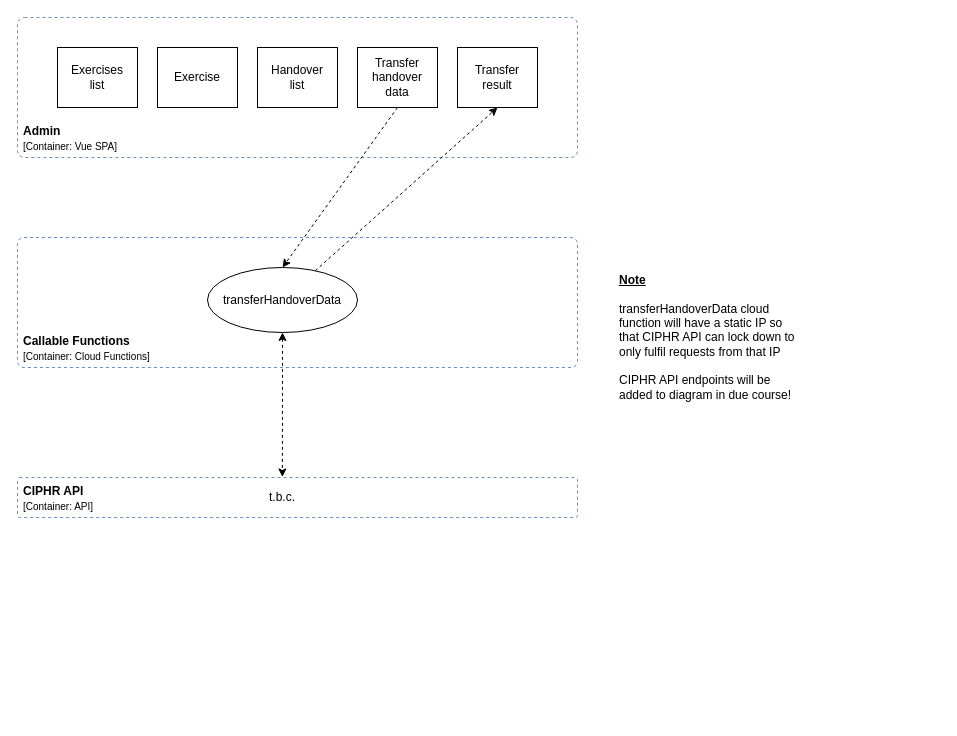
Earlier version of the draw.io diagram page "Component" (3 of 3) of docs/architecture/jac-digital-platform-architecture.drawio (jac-uk/documentation). Source tidied: cells renumbered, new cells numbered last; positions are measured from the earlier drawing's top-left corner, leaving out a move shared by most shapes. Both pictures are drawn from the tidied source at 100%, with x=0, y=0 at pixel (17, 17).
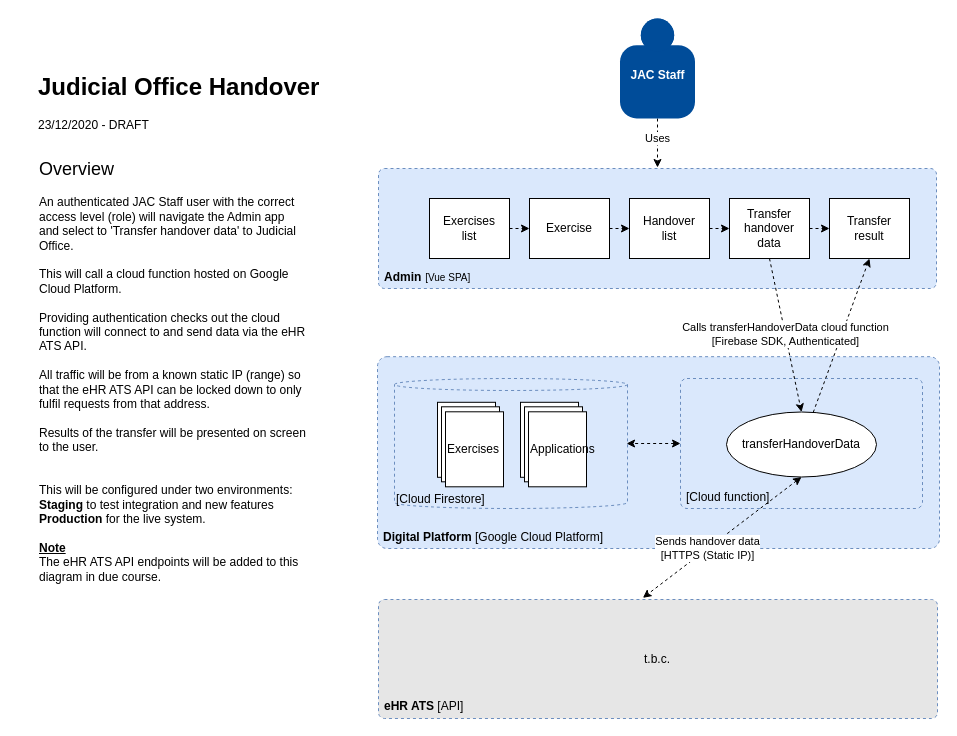
The same page after the edit.

What changed in the source:
```diff
@@
+    <mxCell id="16" value="&lt;div style=&quot;text-align: left&quot;&gt;&lt;b&gt;Digital Platform&amp;nbsp;&lt;/b&gt;[Google Cloud Platform]&lt;/div&gt;" style="rounded=1;whiteSpace=wrap;html=1;labelBackgroundColor=none;align=left;arcSize=5;verticalAlign=bottom;dashed=1;strokeWidth=1;perimeterSpacing=0;spacingLeft=4;spacingBottom=2;strokeColor=#6C8EBF;fillColor=#DAE8FC;" parent="1" vertex="1">
+      <mxGeometry x="360" y="339.2" width="562" height="191.8" as="geometry" />
+    </mxCell>
-    <mxCell id="2" value="&lt;div style=&quot;text-align: left ; font-size: 14px&quot;&gt;&lt;font size=&quot;1&quot;&gt;&lt;b style=&quot;font-size: 12px ; line-height: 100%&quot;&gt;Admin&lt;/b&gt;&lt;/font&gt;&lt;br&gt;&lt;/div&gt;&lt;div style=&quot;text-align: left&quot;&gt;&lt;font style=&quot;font-size: 10px&quot;&gt;[Container: Vue SPA]&lt;/font&gt;&lt;/div&gt;" style="rounded=1;whiteSpace=wrap;html=1;labelBackgroundColor=none;align=left;arcSize=5;verticalAlign=bottom;dashed=1;strokeWidth=1;perimeterSpacing=0;spacingLeft=4;spacingBottom=2;strokeColor=#6C8EBF;" parent="1" vertex="1">
-      <mxGeometry width="560" height="140" as="geometry" />
+    <mxCell id="2" value="&lt;div style=&quot;text-align: left&quot;&gt;&lt;font&gt;&lt;b style=&quot;font-size: 12px ; line-height: 100%&quot;&gt;Admin&lt;/b&gt;&lt;b style=&quot;line-height: 100% ; font-size: 14px&quot;&gt;&amp;nbsp;&lt;/b&gt;&lt;/font&gt;&lt;span style=&quot;font-size: 10px&quot;&gt;[Vue SPA]&lt;/span&gt;&lt;/div&gt;" style="rounded=1;whiteSpace=wrap;html=1;labelBackgroundColor=none;align=left;arcSize=5;verticalAlign=bottom;dashed=1;strokeWidth=1;perimeterSpacing=0;spacingLeft=4;spacingBottom=2;strokeColor=#6C8EBF;fillColor=#DAE8FC;" parent="1" vertex="1">
+      <mxGeometry x="361" y="151" width="558" height="120" as="geometry" />
     </mxCell>
-    <mxCell id="3" value="&lt;div style=&quot;text-align: left ; font-size: 14px&quot;&gt;&lt;font size=&quot;1&quot;&gt;&lt;b style=&quot;font-size: 12px ; line-height: 100%&quot;&gt;Callable Functions&lt;/b&gt;&lt;/font&gt;&lt;br&gt;&lt;/div&gt;&lt;div style=&quot;text-align: left&quot;&gt;&lt;font style=&quot;font-size: 10px&quot;&gt;[Container: Cloud Functions]&lt;/font&gt;&lt;/div&gt;" style="rounded=1;whiteSpace=wrap;html=1;labelBackgroundColor=none;align=left;arcSize=5;verticalAlign=bottom;points=[[0.25,0,0],[0.5,0,0],[0.75,0,0],[1,0.25,0],[1,0.5,0],[1,0.75,0],[0.75,1,0],[0.5,1,0],[0.25,1,0],[0,0.75,0],[0,0.5,0],[0,0.25,0]];dashed=1;strokeWidth=1;perimeterSpacing=0;spacingLeft=4;spacingBottom=2;strokeColor=#6C8EBF;" parent="1" vertex="1">
-      <mxGeometry y="220" width="560" height="130" as="geometry" />
-    </mxCell>
+    <mxCell id="17" style="edgeStyle=none;rounded=0;jettySize=auto;html=1;dashed=1;startArrow=none;startFill=0;" parent="1" edge="1" source="4" target="5">
+      <mxGeometry relative="1" as="geometry" />
+    </mxCell>
     <mxCell id="4" value="Exercises&lt;br&gt;list" style="rounded=0;whiteSpace=wrap;html=1;" parent="1" vertex="1">
-      <mxGeometry x="40" y="30" width="80" height="60" as="geometry" />
+      <mxGeometry x="412" y="181" width="80" height="60" as="geometry" />
     </mxCell>
+    <mxCell id="18" style="edgeStyle=none;rounded=0;jettySize=auto;html=1;dashed=1;startArrow=none;startFill=0;" parent="1" edge="1" source="5" target="6">
+      <mxGeometry relative="1" as="geometry" />
+    </mxCell>
     <mxCell id="5" value="Exercise" style="rounded=0;whiteSpace=wrap;html=1;" parent="1" vertex="1">
-      <mxGeometry x="140" y="30" width="80" height="60" as="geometry" />
+      <mxGeometry x="512" y="181" width="80" height="60" as="geometry" />
     </mxCell>
+    <mxCell id="19" style="edgeStyle=none;rounded=0;jettySize=auto;html=1;dashed=1;startArrow=none;startFill=0;" parent="1" edge="1" source="6" target="11">
+      <mxGeometry relative="1" as="geometry" />
+    </mxCell>
     <mxCell id="6" value="Handover&lt;br&gt;list" style="rounded=0;whiteSpace=wrap;html=1;" parent="1" vertex="1">
-      <mxGeometry x="240" y="30" width="80" height="60" as="geometry" />
+      <mxGeometry x="612" y="181" width="80" height="60" as="geometry" />
     </mxCell>
-    <mxCell id="7" style="edgeStyle=none;rounded=0;jettySize=auto;html=1;entryX=0.5;entryY=1;entryDx=0;entryDy=0;dashed=1;" parent="1" edge="1" source="9" target="12">
-      <mxGeometry relative="1" as="geometry" />
-    </mxCell>
-    <mxCell id="8" style="edgeStyle=none;rounded=0;jettySize=auto;html=1;entryX=0.473;entryY=-0.014;entryDx=0;entryDy=0;entryPerimeter=0;dashed=1;startArrow=classic;startFill=1;" parent="1" edge="1" source="9" target="13">
-      <mxGeometry relative="1" as="geometry" />
-    </mxCell>
-    <mxCell id="9" value="transferHandoverData" style="ellipse;whiteSpace=wrap;html=1;" parent="1" vertex="1">
-      <mxGeometry x="190" y="250" width="150" height="65" as="geometry" />
-    </mxCell>
-    <mxCell id="10" style="rounded=0;jettySize=auto;html=1;dashed=1;exitX=0.5;exitY=1;exitDx=0;exitDy=0;entryX=0.5;entryY=0;entryDx=0;entryDy=0;" parent="1" edge="1" source="11" target="9">
-      <mxGeometry relative="1" as="geometry" />
-    </mxCell>
+    <mxCell id="20" style="edgeStyle=none;rounded=0;jettySize=auto;html=1;dashed=1;startArrow=none;startFill=0;" parent="1" edge="1" source="11" target="12">
+      <mxGeometry relative="1" as="geometry" />
+    </mxCell>
     <mxCell id="11" value="Transfer handover&lt;br&gt;data" style="rounded=0;whiteSpace=wrap;html=1;" parent="1" vertex="1">
-      <mxGeometry x="340" y="30" width="80" height="60" as="geometry" />
+      <mxGeometry x="712" y="181" width="80" height="60" as="geometry" />
     </mxCell>
     <mxCell id="12" value="Transfer&lt;br&gt;result" style="rounded=0;whiteSpace=wrap;html=1;" parent="1" vertex="1">
-      <mxGeometry x="440" y="30" width="80" height="60" as="geometry" />
+      <mxGeometry x="812" y="181" width="80" height="60" as="geometry" />
     </mxCell>
-    <mxCell id="13" value="&lt;div style=&quot;text-align: left ; font-size: 14px&quot;&gt;&lt;font size=&quot;1&quot;&gt;&lt;b style=&quot;font-size: 12px ; line-height: 100%&quot;&gt;CIPHR API&lt;/b&gt;&lt;/font&gt;&lt;br&gt;&lt;/div&gt;&lt;div style=&quot;text-align: left&quot;&gt;&lt;font style=&quot;font-size: 10px&quot;&gt;[Container: API]&lt;/font&gt;&lt;/div&gt;" style="rounded=1;whiteSpace=wrap;html=1;labelBackgroundColor=none;align=left;arcSize=5;verticalAlign=bottom;points=[[0.25,0,0],[0.5,0,0],[0.75,0,0],[1,0.25,0],[1,0.5,0],[1,0.75,0],[0.75,1,0],[0.5,1,0],[0.25,1,0],[0,0.75,0],[0,0.5,0],[0,0.25,0]];dashed=1;strokeWidth=1;perimeterSpacing=0;spacingLeft=4;spacingBottom=2;strokeColor=#6C8EBF;" parent="1" vertex="1">
-      <mxGeometry y="460" width="560" height="40" as="geometry" />
+    <mxCell id="13" value="&lt;div style=&quot;text-align: left ; font-size: 14px&quot;&gt;&lt;font size=&quot;1&quot;&gt;&lt;b style=&quot;font-size: 12px ; line-height: 100%&quot;&gt;eHR ATS&lt;/b&gt;&lt;span style=&quot;font-size: 12px ; line-height: 100%&quot;&gt; [API]&lt;/span&gt;&lt;/font&gt;&lt;/div&gt;" style="rounded=1;whiteSpace=wrap;html=1;labelBackgroundColor=none;align=left;arcSize=5;verticalAlign=bottom;points=[[0.25,0,0],[0.5,0,0],[0.75,0,0],[1,0.25,0],[1,0.5,0],[1,0.75,0],[0.75,1,0],[0.5,1,0],[0.25,1,0],[0,0.75,0],[0,0.5,0],[0,0.25,0]];dashed=1;strokeWidth=1;perimeterSpacing=0;spacingLeft=4;spacingBottom=2;strokeColor=#6C8EBF;fillColor=#E6E6E6;" parent="1" vertex="1">
+      <mxGeometry x="361" y="582" width="559" height="119" as="geometry" />
     </mxCell>
     <mxCell id="14" value="t.b.c." style="text;html=1;strokeColor=none;fillColor=none;align=center;verticalAlign=middle;whiteSpace=wrap;rounded=0;" parent="1" vertex="1">
-      <mxGeometry x="245" y="470" width="40" height="20" as="geometry" />
+      <mxGeometry x="620" y="631.5" width="40" height="20" as="geometry" />
     </mxCell>
-    <mxCell id="15" value="&lt;b&gt;&lt;u&gt;Note&lt;/u&gt;&lt;/b&gt;&lt;br&gt;&lt;br&gt;&lt;div&gt;transferHandoverData cloud function will have a static IP so that CIPHR API can lock down to only fulfil requests from that IP&lt;/div&gt;&lt;div&gt;&lt;br&gt;&lt;/div&gt;&lt;div&gt;CIPHR API endpoints will be added to diagram in due course!&lt;/div&gt;" style="text;html=1;strokeColor=none;fillColor=none;align=left;verticalAlign=middle;whiteSpace=wrap;rounded=0;" parent="1" vertex="1">
-      <mxGeometry x="600" y="220" width="180" height="200" as="geometry" />
+    <mxCell id="15" value="&lt;h2&gt;&lt;span style=&quot;font-weight: normal&quot;&gt;Overview&lt;/span&gt;&lt;/h2&gt;&lt;div&gt;An authenticated JAC Staff user with the correct access level (role) will navigate the Admin app and select to 'Transfer handover data' to Judicial Office.&lt;/div&gt;&lt;div&gt;&lt;br&gt;&lt;/div&gt;&lt;div&gt;This will call a cloud function hosted on Google Cloud Platform.&lt;/div&gt;&lt;div&gt;&lt;br&gt;&lt;/div&gt;&lt;div&gt;Providing authentication checks out the cloud function will connect to and send data via the eHR ATS API.&lt;/div&gt;&lt;div&gt;&lt;br&gt;&lt;/div&gt;&lt;div&gt;All traffic will be from a known static IP (range) so that the eHR ATS API can be locked down to only fulfil requests from that address.&lt;/div&gt;&lt;div&gt;&lt;br&gt;&lt;/div&gt;&lt;div&gt;Results of the transfer will be presented on screen to the user.&lt;/div&gt;&lt;div&gt;&lt;br&gt;&lt;/div&gt;&lt;div&gt;&lt;br&gt;&lt;/div&gt;&lt;div&gt;This will be configured under two environments:&amp;nbsp;&lt;/div&gt;&lt;div&gt;&lt;b&gt;Staging&lt;/b&gt; to test integration and new features&amp;nbsp;&lt;/div&gt;&lt;div&gt;&lt;b&gt;Production&lt;/b&gt;&amp;nbsp;for the live system.&lt;/div&gt;&lt;div&gt;&lt;br&gt;&lt;/div&gt;&lt;div&gt;&lt;b&gt;&lt;u&gt;Note&lt;/u&gt;&lt;/b&gt;&lt;/div&gt;&lt;div&gt;The eHR ATS API endpoints will be added to this diagram in due course.&lt;/div&gt;" style="text;html=1;strokeColor=none;fillColor=none;align=left;verticalAlign=top;whiteSpace=wrap;rounded=0;" parent="1" vertex="1">
+      <mxGeometry x="20" y="120" width="270" height="479" as="geometry" />
     </mxCell>
+    <mxCell id="21" value="[Cloud Firestore]" style="shape=cylinder2;whiteSpace=wrap;html=1;boundedLbl=1;backgroundOutline=1;size=6;dashed=1;verticalAlign=bottom;align=left;strokeColor=#6C8EBF;fillColor=none;" parent="1" vertex="1">
+      <mxGeometry x="377" y="361" width="233" height="130" as="geometry" />
+    </mxCell>
+    <mxCell id="3" value="&lt;div style=&quot;text-align: left&quot;&gt;[Cloud function]&lt;/div&gt;" style="rounded=1;whiteSpace=wrap;html=1;labelBackgroundColor=none;align=left;arcSize=5;verticalAlign=bottom;points=[[0.25,0,0],[0.5,0,0],[0.75,0,0],[1,0.25,0],[1,0.5,0],[1,0.75,0],[0.75,1,0],[0.5,1,0],[0.25,1,0],[0,0.75,0],[0,0.5,0],[0,0.25,0]];dashed=1;strokeWidth=1;perimeterSpacing=0;spacingLeft=4;spacingBottom=2;strokeColor=#6C8EBF;fillColor=none;" parent="1" vertex="1">
+      <mxGeometry x="663" y="361" width="242" height="130" as="geometry" />
+    </mxCell>
+    <mxCell id="9" value="transferHandoverData" style="ellipse;whiteSpace=wrap;html=1;" parent="1" vertex="1">
+      <mxGeometry x="709" y="394.5" width="150" height="65" as="geometry" />
+    </mxCell>
+    <mxCell id="22" style="edgeStyle=none;rounded=0;jettySize=auto;html=1;dashed=1;startArrow=classic;startFill=1;endArrow=classic;endFill=1;entryX=0.996;entryY=0.5;entryDx=0;entryDy=0;entryPerimeter=0;exitX=0;exitY=0.5;exitDx=0;exitDy=0;exitPerimeter=0;" parent="1" edge="1" source="3" target="21">
+      <mxGeometry relative="1" as="geometry" />
+    </mxCell>
+    <mxCell id="23" style="group;" parent="1" vertex="1">
+      <mxGeometry x="503" y="384.8" width="419" height="130" as="geometry" />
+    </mxCell>
+    <mxCell id="24" style="rounded=0;whiteSpace=wrap;html=1;align=left;" parent="23" vertex="1">
+      <mxGeometry width="58" height="75" as="geometry" />
+    </mxCell>
+    <mxCell id="25" style="rounded=0;whiteSpace=wrap;html=1;align=left;" parent="23" vertex="1">
+      <mxGeometry x="4" y="4.5" width="58" height="75" as="geometry" />
+    </mxCell>
+    <mxCell id="26" value="Applications" style="rounded=0;whiteSpace=wrap;html=1;align=left;" parent="23" vertex="1">
+      <mxGeometry x="8" y="9.5" width="58" height="75" as="geometry" />
+    </mxCell>
+    <mxCell id="27" style="group;" parent="1" vertex="1">
+      <mxGeometry x="420" y="384.8" width="66" height="84.5" as="geometry" />
+    </mxCell>
+    <mxCell id="28" style="rounded=0;whiteSpace=wrap;html=1;align=left;" parent="27" vertex="1">
+      <mxGeometry width="58" height="75" as="geometry" />
+    </mxCell>
+    <mxCell id="29" style="rounded=0;whiteSpace=wrap;html=1;align=left;" parent="27" vertex="1">
+      <mxGeometry x="4" y="4.5" width="58" height="75" as="geometry" />
+    </mxCell>
+    <mxCell id="30" value="Exercises" style="rounded=0;whiteSpace=wrap;html=1;align=left;" parent="27" vertex="1">
+      <mxGeometry x="8" y="9.5" width="58" height="75" as="geometry" />
+    </mxCell>
+    <mxCell id="7" style="edgeStyle=none;rounded=0;jettySize=auto;html=1;entryX=0.5;entryY=1;entryDx=0;entryDy=0;dashed=1;" parent="1" edge="1" source="9" target="12">
+      <mxGeometry relative="1" as="geometry" />
+    </mxCell>
+    <mxCell id="10" value="Calls transferHandoverData cloud function&lt;br&gt;[Firebase SDK, Authenticated]" style="rounded=0;jettySize=auto;html=1;dashed=1;exitX=0.5;exitY=1;exitDx=0;exitDy=0;entryX=0.5;entryY=0;entryDx=0;entryDy=0;" parent="1" edge="1" source="11" target="9">
+      <mxGeometry relative="1" as="geometry" />
+    </mxCell>
+    <mxCell id="8" value="Sends handover data&lt;br&gt;[HTTPS&amp;nbsp;(Static IP)]" style="edgeStyle=none;rounded=0;jettySize=auto;html=1;entryX=0.473;entryY=-0.014;entryDx=0;entryDy=0;entryPerimeter=0;dashed=1;startArrow=classic;startFill=1;exitX=0.5;exitY=1;exitDx=0;exitDy=0;" parent="1" edge="1" source="9" target="13">
+      <mxGeometry x="0.18" relative="1" as="geometry" />
+    </mxCell>
+    <mxCell id="31" value="Uses" style="edgeStyle=none;rounded=0;jettySize=auto;html=1;dashed=1;startArrow=none;startFill=0;endArrow=classic;endFill=1;" parent="1" edge="1" source="32">
+      <mxGeometry x="-0.18" relative="1" as="geometry">
+        <mxPoint x="640" y="150" as="targetPoint" />
+      </mxGeometry>
+    </mxCell>
+    <mxCell id="32" value="&lt;div&gt;&lt;font style=&quot;font-size: 12px&quot;&gt;&lt;b&gt;JAC Staff&lt;/b&gt;&lt;/font&gt;&lt;/div&gt;&lt;div&gt;&lt;b&gt;&lt;br&gt;&lt;/b&gt;&lt;/div&gt;" style="html=1;dashed=0;whitespace=wrap;shape=mxgraph.c4.person;align=center;points=[[0.5,0,0],[1,0.5,0],[1,0.75,0],[0.75,1,0],[0.5,1,0],[0.25,1,0],[0,0.75,0],[0,0.5,0]];fillColor=#004C99;fontColor=#FFFFFF;strokeColor=none;" parent="1" vertex="1">
+      <mxGeometry x="602.5" y="1" width="75" height="100" as="geometry" />
+    </mxCell>
+    <mxCell id="33" value="&lt;h1&gt;Judicial Office Handover&lt;/h1&gt;&lt;div&gt;23/12/2020 - DRAFT&lt;/div&gt;" style="text;html=1;strokeColor=none;fillColor=none;spacing=5;spacingTop=-20;whiteSpace=wrap;overflow=hidden;rounded=0;align=left;" parent="1" vertex="1">
+      <mxGeometry x="16" y="50" width="470" height="70" as="geometry" />
+    </mxCell>
```
